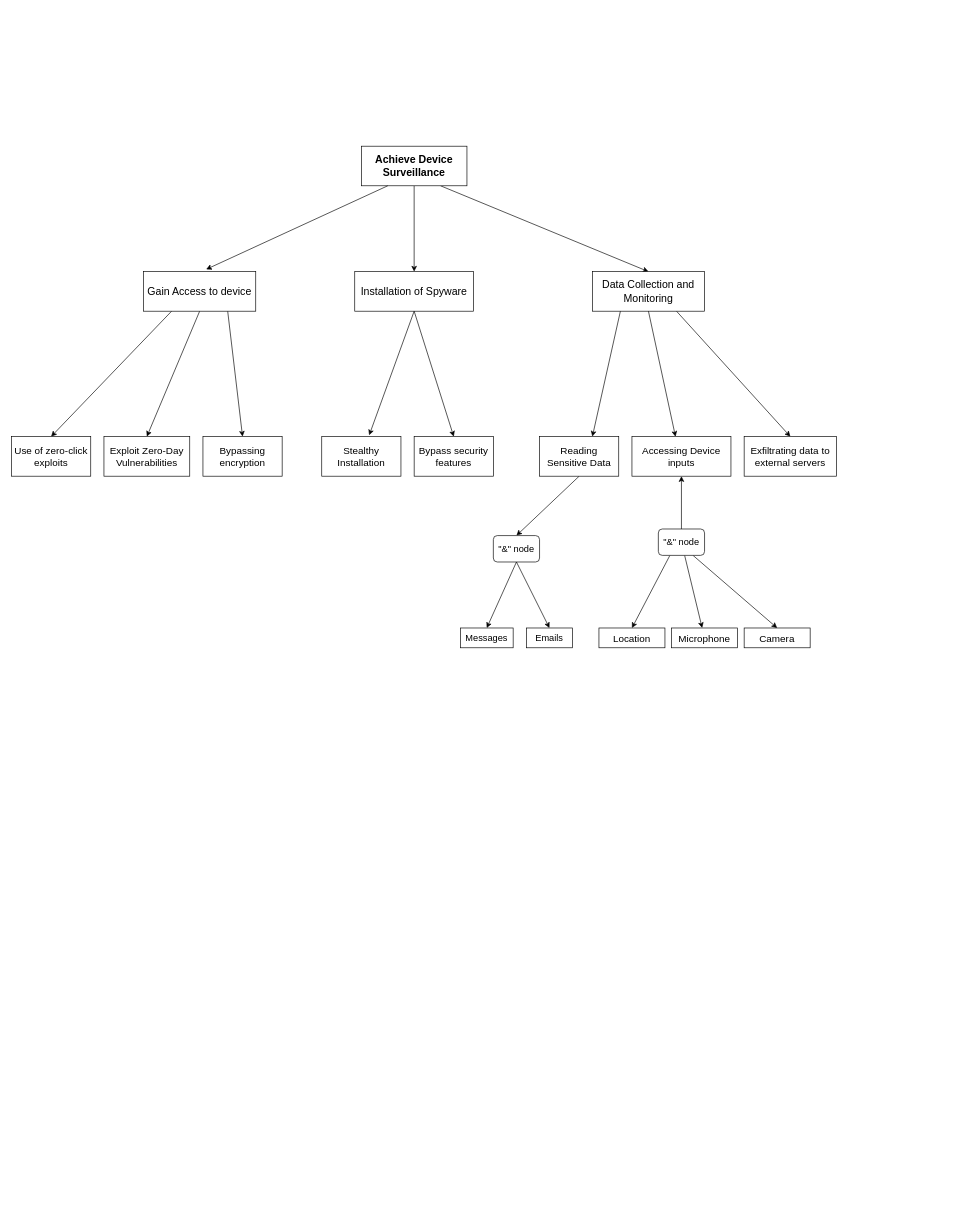
This is attackdiagram.drawio from yushika-j/my-app, a draw.io file, before an edit. Source tidied: cells renumbered, new cells numbered last; positions are measured from the earlier drawing's top-left corner, leaving out a move shared by most shapes. Both pictures are drawn from the tidied source at 66%, with x=0, y=0 at pixel (11, 146).
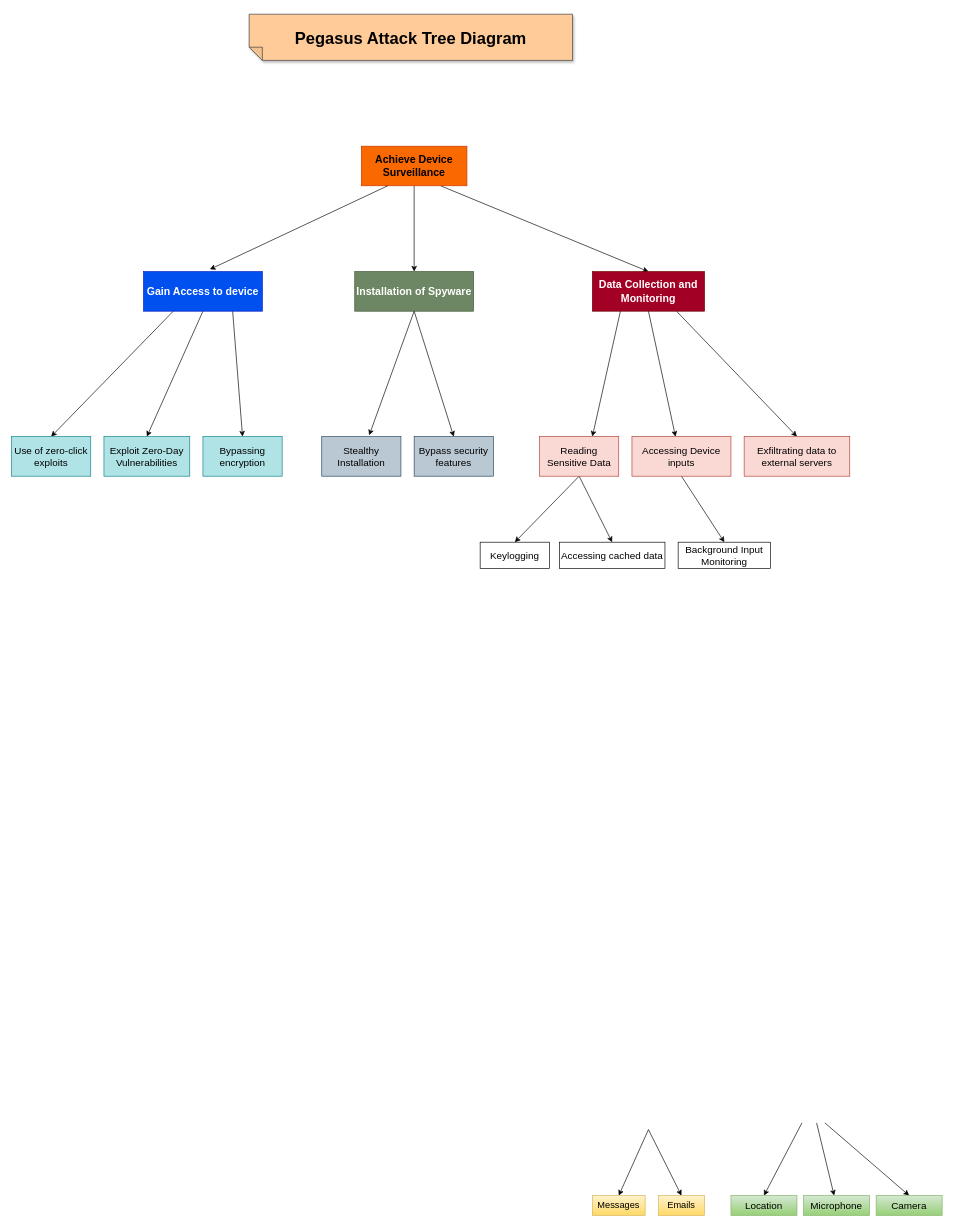
Above is the later version.

Diff of the diagram source:
```diff
@@
-    <mxCell id="4" value="&lt;b&gt;&lt;font style=&quot;font-size: 16px;&quot;&gt;Achieve Device Surveillance&lt;/font&gt;&lt;/b&gt;" style="rounded=0;whiteSpace=wrap;html=1;" parent="1" vertex="1">
+    <mxCell id="4" value="&lt;b&gt;&lt;font style=&quot;font-size: 16px;&quot;&gt;Achieve Device Surveillance&lt;/font&gt;&lt;/b&gt;" style="rounded=0;whiteSpace=wrap;html=1;fillColor=#fa6800;fontColor=#000000;strokeColor=#C73500;" parent="1" vertex="1">
       <mxGeometry x="530" width="160" height="60" as="geometry" />
     </mxCell>
@@
-    <mxCell id="8" value="&lt;font style=&quot;font-size: 16px;&quot;&gt;Gain Access to device&lt;/font&gt;" style="rounded=0;whiteSpace=wrap;html=1;" parent="1" vertex="1">
-      <mxGeometry x="200" y="190" width="170" height="60" as="geometry" />
+    <mxCell id="8" value="&lt;font style=&quot;font-size: 16px;&quot;&gt;&lt;b&gt;Gain Access to device&lt;/b&gt;&lt;/font&gt;" style="rounded=0;whiteSpace=wrap;html=1;fillColor=#0050ef;fontColor=#ffffff;strokeColor=#001DBC;" parent="1" vertex="1">
+      <mxGeometry x="200" y="190" width="180" height="60" as="geometry" />
     </mxCell>
@@
-    <mxCell id="10" value="&lt;font style=&quot;font-size: 16px;&quot;&gt;Installation of Spyware&lt;/font&gt;" style="rounded=0;whiteSpace=wrap;html=1;" parent="1" vertex="1">
+    <mxCell id="10" value="&lt;font style=&quot;font-size: 16px;&quot;&gt;&lt;b&gt;Installation of Spyware&lt;/b&gt;&lt;/font&gt;" style="rounded=0;whiteSpace=wrap;html=1;fillColor=#6d8764;fontColor=#ffffff;strokeColor=#3A5431;" parent="1" vertex="1">
       <mxGeometry x="520" y="190" width="180" height="60" as="geometry" />
     </mxCell>
@@
-    <mxCell id="12" value="&lt;font style=&quot;font-size: 16px;&quot;&gt;Data Collection and Monitoring&lt;/font&gt;" style="rounded=0;whiteSpace=wrap;html=1;" parent="1" vertex="1">
+    <mxCell id="12" value="&lt;font style=&quot;font-size: 16px;&quot;&gt;&lt;b&gt;Data Collection and Monitoring&lt;/b&gt;&lt;/font&gt;" style="rounded=0;whiteSpace=wrap;html=1;fillColor=#a20025;fontColor=#ffffff;strokeColor=#6F0000;" parent="1" vertex="1">
       <mxGeometry x="880" y="190" width="170" height="60" as="geometry" />
     </mxCell>
-    <mxCell id="13" value="&lt;font style=&quot;font-size: 15px;&quot;&gt;Exploit Zero-Day Vulnerabilities&lt;/font&gt;" style="rounded=0;whiteSpace=wrap;html=1;" parent="1" vertex="1">
+    <mxCell id="13" value="&lt;font style=&quot;font-size: 15px;&quot;&gt;Exploit Zero-Day Vulnerabilities&lt;/font&gt;" style="rounded=0;whiteSpace=wrap;html=1;fillColor=#b0e3e6;strokeColor=#0e8088;" parent="1" vertex="1">
       <mxGeometry x="140" y="440" width="130" height="60" as="geometry" />
     </mxCell>
-    <mxCell id="14" value="&lt;font style=&quot;font-size: 15px;&quot;&gt;Use of zero-click exploits&lt;/font&gt;" style="rounded=0;whiteSpace=wrap;html=1;" parent="1" vertex="1">
+    <mxCell id="14" value="&lt;font style=&quot;font-size: 15px;&quot;&gt;Use of zero-click exploits&lt;/font&gt;" style="rounded=0;whiteSpace=wrap;html=1;fillColor=#b0e3e6;strokeColor=#0e8088;" parent="1" vertex="1">
       <mxGeometry y="440" width="120" height="60" as="geometry" />
     </mxCell>
-    <mxCell id="15" value="&lt;font style=&quot;font-size: 15px;&quot;&gt;Bypassing encryption&lt;/font&gt;" style="rounded=0;whiteSpace=wrap;html=1;" parent="1" vertex="1">
+    <mxCell id="15" value="&lt;font style=&quot;font-size: 15px;&quot;&gt;Bypassing encryption&lt;/font&gt;" style="rounded=0;whiteSpace=wrap;html=1;fillColor=#b0e3e6;strokeColor=#0e8088;" parent="1" vertex="1">
       <mxGeometry x="290" y="440" width="120" height="60" as="geometry" />
     </mxCell>
-    <mxCell id="16" value="&lt;font style=&quot;font-size: 15px;&quot;&gt;Stealthy Installation&lt;/font&gt;" style="rounded=0;whiteSpace=wrap;html=1;" parent="1" vertex="1">
+    <mxCell id="16" value="&lt;font style=&quot;font-size: 15px;&quot;&gt;Stealthy Installation&lt;/font&gt;" style="rounded=0;whiteSpace=wrap;html=1;fillColor=#bac8d3;strokeColor=#23445d;" parent="1" vertex="1">
       <mxGeometry x="470" y="440" width="120" height="60" as="geometry" />
     </mxCell>
-    <mxCell id="17" value="&lt;font style=&quot;font-size: 15px;&quot;&gt;Bypass security features&lt;/font&gt;" style="rounded=0;whiteSpace=wrap;html=1;" parent="1" vertex="1">
+    <mxCell id="17" value="&lt;font style=&quot;font-size: 15px;&quot;&gt;Bypass security features&lt;/font&gt;" style="rounded=0;whiteSpace=wrap;html=1;fillColor=#bac8d3;strokeColor=#23445d;" parent="1" vertex="1">
       <mxGeometry x="610" y="440" width="120" height="60" as="geometry" />
     </mxCell>
-    <mxCell id="18" style="edgeStyle=none;rounded=0;jettySize=auto;html=1;exitX=0.5;exitY=1;exitDx=0;exitDy=0;entryX=0.5;entryY=0;entryDx=0;entryDy=0;" parent="1" edge="1" source="19" target="33">
+    <mxCell id="18" style="edgeStyle=none;rounded=0;jettySize=auto;html=1;exitX=0.5;exitY=1;exitDx=0;exitDy=0;entryX=0.5;entryY=0;entryDx=0;entryDy=0;" parent="1" edge="1" source="19" target="42">
       <mxGeometry relative="1" as="geometry" />
     </mxCell>
+    <mxCell id="39" style="edgeStyle=none;rounded=0;jettySize=auto;html=1;exitX=0.5;exitY=1;exitDx=0;exitDy=0;entryX=0.5;entryY=0;entryDx=0;entryDy=0;" parent="1" edge="1" source="19" target="43">
+      <mxGeometry relative="1" as="geometry" />
+    </mxCell>
-    <mxCell id="19" value="&lt;font style=&quot;font-size: 15px;&quot;&gt;Reading Sensitive Data&lt;/font&gt;" style="rounded=0;whiteSpace=wrap;html=1;" parent="1" vertex="1">
+    <mxCell id="19" value="&lt;font style=&quot;font-size: 15px;&quot;&gt;Reading Sensitive Data&lt;/font&gt;" style="rounded=0;whiteSpace=wrap;html=1;fillColor=#fad9d5;strokeColor=#ae4132;" parent="1" vertex="1">
       <mxGeometry x="800" y="440" width="120" height="60" as="geometry" />
     </mxCell>
+    <mxCell id="40" style="edgeStyle=none;rounded=0;jettySize=auto;html=1;exitX=0.5;exitY=1;exitDx=0;exitDy=0;entryX=0.5;entryY=0;entryDx=0;entryDy=0;" parent="1" edge="1" source="20" target="44">
+      <mxGeometry relative="1" as="geometry" />
+    </mxCell>
-    <mxCell id="20" value="&lt;font style=&quot;font-size: 15px;&quot;&gt;Accessing Device inputs&lt;/font&gt;" style="rounded=0;whiteSpace=wrap;html=1;" parent="1" vertex="1">
+    <mxCell id="20" value="&lt;font style=&quot;font-size: 15px;&quot;&gt;Accessing Device inputs&lt;/font&gt;" style="rounded=0;whiteSpace=wrap;html=1;fillColor=#fad9d5;strokeColor=#ae4132;" parent="1" vertex="1">
       <mxGeometry x="940" y="440" width="150" height="60" as="geometry" />
     </mxCell>
-    <mxCell id="21" value="&lt;font style=&quot;font-size: 15px;&quot;&gt;Exfiltrating data to external servers&lt;/font&gt;" style="rounded=0;whiteSpace=wrap;html=1;" parent="1" vertex="1">
-      <mxGeometry x="1110" y="440" width="140" height="60" as="geometry" />
+    <mxCell id="21" value="&lt;font style=&quot;font-size: 15px;&quot;&gt;Exfiltrating data to external servers&lt;/font&gt;" style="rounded=0;whiteSpace=wrap;html=1;fillColor=#fad9d5;strokeColor=#ae4132;" parent="1" vertex="1">
+      <mxGeometry x="1110" y="440" width="160" height="60" as="geometry" />
     </mxCell>
-    <mxCell id="22" style="edgeStyle=none;rounded=0;jettySize=auto;html=1;" parent="1" edge="1" source="26" target="20">
-      <mxGeometry relative="1" as="geometry" />
-    </mxCell>
-    <mxCell id="23" style="edgeStyle=none;rounded=0;jettySize=auto;html=1;" parent="1" edge="1" source="26" target="28">
-      <mxGeometry relative="1" as="geometry" />
+    <mxCell id="23" style="edgeStyle=none;rounded=0;jettySize=auto;html=1;" parent="1" edge="1" target="28">
+      <mxGeometry relative="1" as="geometry">
+        <mxPoint x="1219.8" y="1480" as="sourcePoint" />
+      </mxGeometry>
     </mxCell>
-    <mxCell id="24" style="edgeStyle=none;rounded=0;jettySize=auto;html=1;exitX=0.25;exitY=1;exitDx=0;exitDy=0;entryX=0.5;entryY=0;entryDx=0;entryDy=0;" parent="1" edge="1" source="26" target="27">
-      <mxGeometry relative="1" as="geometry" />
+    <mxCell id="24" style="edgeStyle=none;rounded=0;jettySize=auto;html=1;exitX=0.25;exitY=1;exitDx=0;exitDy=0;entryX=0.5;entryY=0;entryDx=0;entryDy=0;" parent="1" edge="1" target="27">
+      <mxGeometry relative="1" as="geometry">
+        <mxPoint x="1197.5" y="1480" as="sourcePoint" />
+      </mxGeometry>
     </mxCell>
-    <mxCell id="25" style="edgeStyle=none;rounded=0;jettySize=auto;html=1;exitX=0.75;exitY=1;exitDx=0;exitDy=0;entryX=0.5;entryY=0;entryDx=0;entryDy=0;" parent="1" edge="1" source="26" target="29">
-      <mxGeometry relative="1" as="geometry" />
+    <mxCell id="25" style="edgeStyle=none;rounded=0;jettySize=auto;html=1;exitX=0.75;exitY=1;exitDx=0;exitDy=0;entryX=0.5;entryY=0;entryDx=0;entryDy=0;" parent="1" edge="1" target="29">
+      <mxGeometry relative="1" as="geometry">
+        <mxPoint x="1232.5" y="1480" as="sourcePoint" />
+      </mxGeometry>
     </mxCell>
-    <mxCell id="26" value="&lt;font style=&quot;font-size: 14px;&quot;&gt;&quot;&amp;amp;&quot; node&lt;/font&gt;" style="rounded=1;whiteSpace=wrap;html=1;" parent="1" vertex="1">
-      <mxGeometry x="980" y="580" width="70" height="40" as="geometry" />
-    </mxCell>
-    <mxCell id="27" value="&lt;font style=&quot;font-size: 15px;&quot;&gt;Location&lt;/font&gt;" style="rounded=0;whiteSpace=wrap;html=1;" parent="1" vertex="1">
-      <mxGeometry x="890" y="730" width="100" height="30" as="geometry" />
+    <mxCell id="27" value="&lt;font style=&quot;font-size: 15px;&quot;&gt;Location&lt;/font&gt;" style="rounded=0;whiteSpace=wrap;html=1;fillColor=#d5e8d4;gradientColor=#97d077;strokeColor=#82b366;" parent="1" vertex="1">
+      <mxGeometry x="1090" y="1590" width="100" height="30" as="geometry" />
     </mxCell>
-    <mxCell id="28" value="&lt;font style=&quot;font-size: 15px;&quot;&gt;Microphone&lt;/font&gt;" style="rounded=0;whiteSpace=wrap;html=1;" parent="1" vertex="1">
-      <mxGeometry x="1000" y="730" width="100" height="30" as="geometry" />
+    <mxCell id="28" value="&lt;font style=&quot;font-size: 15px;&quot;&gt;Microphone&lt;/font&gt;" style="rounded=0;whiteSpace=wrap;html=1;fillColor=#d5e8d4;gradientColor=#97d077;strokeColor=#82b366;" parent="1" vertex="1">
+      <mxGeometry x="1200" y="1590" width="100" height="30" as="geometry" />
     </mxCell>
-    <mxCell id="29" value="&lt;font style=&quot;font-size: 15px;&quot;&gt;Camera&lt;/font&gt;" style="rounded=0;whiteSpace=wrap;html=1;" parent="1" vertex="1">
-      <mxGeometry x="1110" y="730" width="100" height="30" as="geometry" />
+    <mxCell id="29" value="&lt;font style=&quot;font-size: 15px;&quot;&gt;Camera&lt;/font&gt;" style="rounded=0;whiteSpace=wrap;html=1;fillColor=#d5e8d4;gradientColor=#97d077;strokeColor=#82b366;" parent="1" vertex="1">
+      <mxGeometry x="1310" y="1590" width="100" height="30" as="geometry" />
     </mxCell>
-    <mxCell id="30" value="&lt;font style=&quot;font-size: 14px;&quot;&gt;Emails&lt;/font&gt;" style="rounded=0;whiteSpace=wrap;html=1;" parent="1" vertex="1">
-      <mxGeometry x="780" y="730" width="70" height="30" as="geometry" />
+    <mxCell id="30" value="&lt;font style=&quot;font-size: 14px;&quot;&gt;Emails&lt;/font&gt;" style="rounded=0;whiteSpace=wrap;html=1;fillColor=#fff2cc;gradientColor=#ffd966;strokeColor=#d6b656;" parent="1" vertex="1">
+      <mxGeometry x="980" y="1590" width="70" height="30" as="geometry" />
     </mxCell>
-    <mxCell id="31" style="edgeStyle=none;rounded=0;jettySize=auto;html=1;exitX=0.5;exitY=1;exitDx=0;exitDy=0;entryX=0.5;entryY=0;entryDx=0;entryDy=0;" parent="1" edge="1" source="33" target="34">
-      <mxGeometry relative="1" as="geometry" />
+    <mxCell id="31" style="edgeStyle=none;rounded=0;jettySize=auto;html=1;exitX=0.5;exitY=1;exitDx=0;exitDy=0;entryX=0.5;entryY=0;entryDx=0;entryDy=0;" parent="1" edge="1" target="34">
+      <mxGeometry relative="1" as="geometry">
+        <mxPoint x="965" y="1490" as="sourcePoint" />
+      </mxGeometry>
     </mxCell>
-    <mxCell id="32" style="edgeStyle=none;rounded=0;jettySize=auto;html=1;exitX=0.5;exitY=1;exitDx=0;exitDy=0;entryX=0.5;entryY=0;entryDx=0;entryDy=0;" parent="1" edge="1" source="33" target="30">
-      <mxGeometry relative="1" as="geometry" />
+    <mxCell id="32" style="edgeStyle=none;rounded=0;jettySize=auto;html=1;exitX=0.5;exitY=1;exitDx=0;exitDy=0;entryX=0.5;entryY=0;entryDx=0;entryDy=0;" parent="1" edge="1" target="30">
+      <mxGeometry relative="1" as="geometry">
+        <mxPoint x="965" y="1490" as="sourcePoint" />
+      </mxGeometry>
     </mxCell>
-    <mxCell id="33" value="&lt;span style=&quot;font-size: 14px;&quot;&gt;&quot;&amp;amp;&quot; node&lt;/span&gt;" style="rounded=1;whiteSpace=wrap;html=1;" parent="1" vertex="1">
-      <mxGeometry x="730" y="590" width="70" height="40" as="geometry" />
-    </mxCell>
-    <mxCell id="34" value="&lt;font style=&quot;font-size: 14px;&quot;&gt;Messages&lt;/font&gt;" style="rounded=0;whiteSpace=wrap;html=1;" parent="1" vertex="1">
-      <mxGeometry x="680" y="730" width="80" height="30" as="geometry" />
+    <mxCell id="34" value="&lt;font style=&quot;font-size: 14px;&quot;&gt;Messages&lt;/font&gt;" style="rounded=0;whiteSpace=wrap;html=1;fillColor=#fff2cc;gradientColor=#ffd966;strokeColor=#d6b656;" parent="1" vertex="1">
+      <mxGeometry x="880" y="1590" width="80" height="30" as="geometry" />
     </mxCell>
@@
+    <mxCell id="41" value="&lt;font style=&quot;font-size: 25px;&quot;&gt;&lt;b&gt;Pegasus Attack Tree Diagram&lt;/b&gt;&lt;/font&gt;" style="shape=note;whiteSpace=wrap;html=1;backgroundOutline=1;darkOpacity=0.05;fillColor=#ffcc99;strokeColor=#36393d;fillStyle=solid;direction=west;gradientDirection=north;shadow=1;size=20;" parent="1" vertex="1">
+      <mxGeometry x="360" y="-200" width="490" height="70" as="geometry" />
+    </mxCell>
+    <mxCell id="42" value="&lt;font style=&quot;font-size: 15px;&quot;&gt;Keylogging&lt;/font&gt;" style="rounded=0;whiteSpace=wrap;html=1;" parent="1" vertex="1">
+      <mxGeometry x="710" y="600" width="105" height="40" as="geometry" />
+    </mxCell>
+    <mxCell id="43" value="&lt;font style=&quot;font-size: 15px;&quot;&gt;Accessing cached data&lt;/font&gt;" style="rounded=0;whiteSpace=wrap;html=1;" parent="1" vertex="1">
+      <mxGeometry x="830" y="600" width="160" height="40" as="geometry" />
+    </mxCell>
+    <mxCell id="44" value="&lt;font style=&quot;font-size: 15px;&quot;&gt;Background Input Monitoring&lt;/font&gt;" style="rounded=0;whiteSpace=wrap;html=1;" parent="1" vertex="1">
+      <mxGeometry x="1010" y="600" width="140" height="40" as="geometry" />
+    </mxCell>
```
